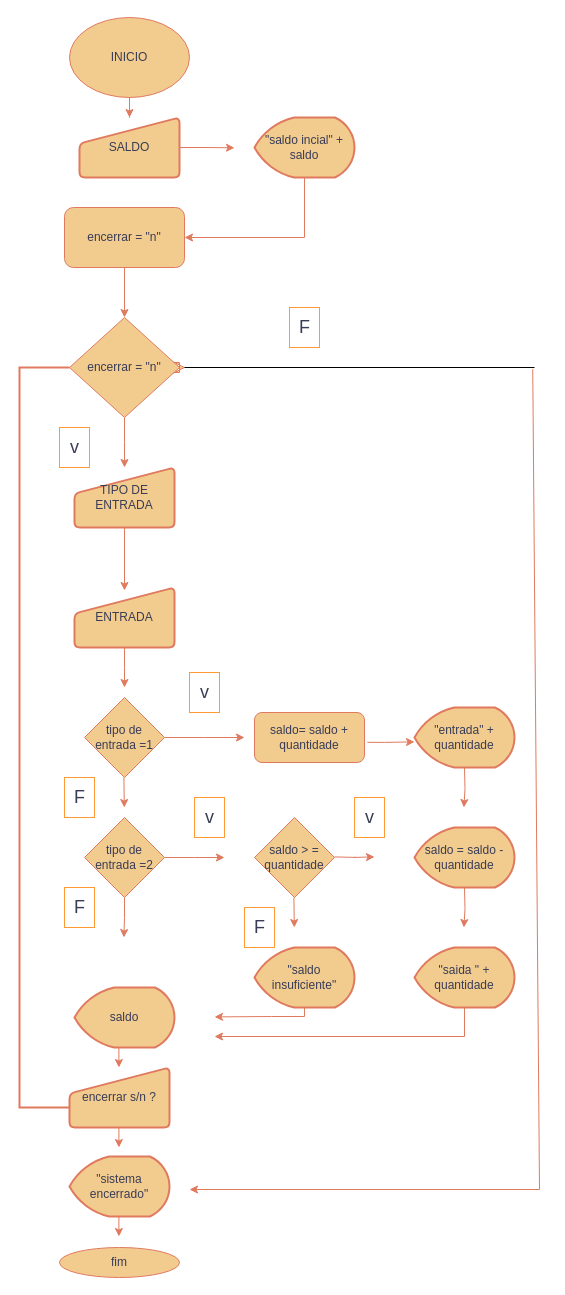
Above: page "Página-1" (1 of 2) of Diagrama controle de estoque.drawio in cirobarboza/CiroBarboza (draw.io), before the change. Source tidied: cells renumbered, new cells numbered last; positions are measured from the earlier drawing's top-left corner, leaving out a move shared by most shapes. Both pictures are drawn from the tidied source at 100%, with x=0, y=0 at pixel (19, 17).
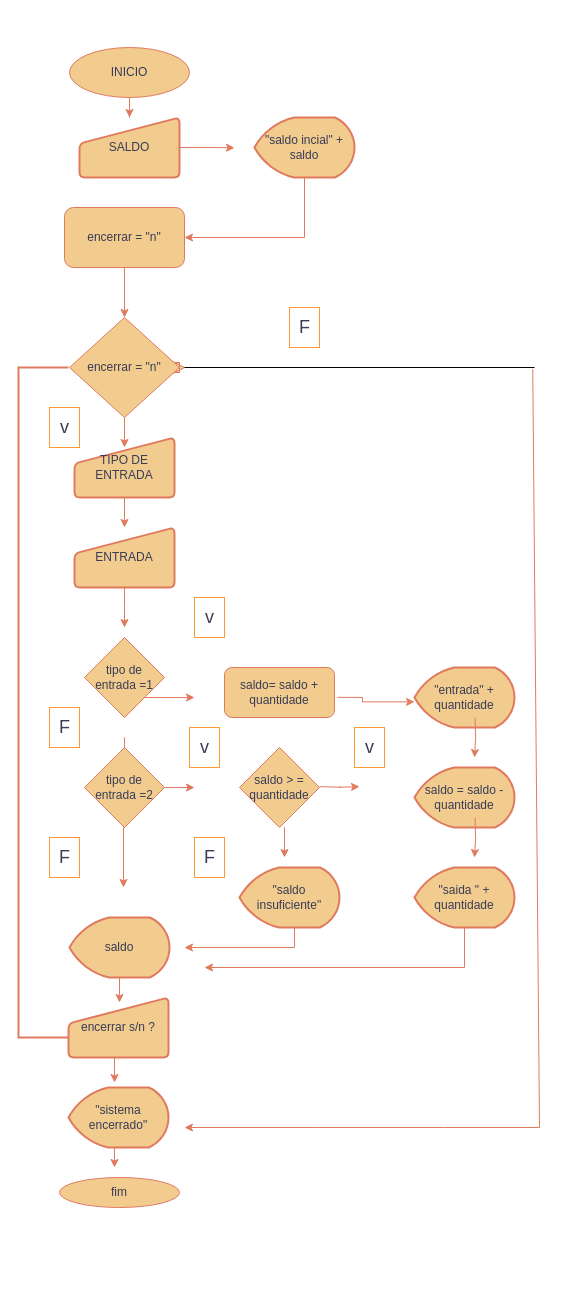
Above is the later version.

Unchanged cells that the change refers to:
```xml
<mxCell id="12" value="encerrar = &quot;n&quot;" style="rhombus;whiteSpace=wrap;html=1;labelBackgroundColor=none;fillColor=#F2CC8F;strokeColor=#E07A5F;fontColor=#393C56;" parent="1" vertex="1">
  <mxGeometry x="50" y="300" width="110" height="100" as="geometry" />
</mxCell>
<mxCell id="37" style="line;strokeWidth=1;dashed=0;labelPosition=right;align=left;verticalAlign=middle;spacingTop=0;spacingLeft=6;points=[];portConstraint=eastwest;rounded=0;fontFamily=Helvetica;fontSize=12;fontColor=#393C56;fillColor=none;gradientColor=none;html=1;" parent="1" vertex="1">
  <mxGeometry x="165" y="335" width="350" height="30" as="geometry" />
</mxCell>
```

Change to the diagram source:
```diff
@@
     <mxCell id="3" value="INICIO" style="ellipse;whiteSpace=wrap;html=1;labelBackgroundColor=none;fillColor=#F2CC8F;strokeColor=#E07A5F;fontColor=#393C56;" parent="1" vertex="1">
-      <mxGeometry x="50" width="120" height="80" as="geometry" />
+      <mxGeometry x="50" y="30" width="120" height="50" as="geometry" />
     </mxCell>
@@
     <mxCell id="10" style="edgeStyle=orthogonalEdgeStyle;rounded=0;jettySize=auto;html=1;exitX=0.5;exitY=1;exitDx=0;exitDy=0;labelBackgroundColor=none;strokeColor=#E07A5F;fontColor=default;" parent="1" edge="1" source="12">
       <mxGeometry relative="1" as="geometry">
-        <mxPoint x="105" y="450" as="targetPoint" />
+        <mxPoint x="105" y="430" as="targetPoint" />
       </mxGeometry>
     </mxCell>
@@
     <mxCell id="13" style="edgeStyle=orthogonalEdgeStyle;rounded=0;jettySize=auto;html=1;labelBackgroundColor=none;strokeColor=#E07A5F;fontColor=default;" parent="1" edge="1" source="14">
       <mxGeometry relative="1" as="geometry">
-        <mxPoint x="105" y="670" as="targetPoint" />
+        <mxPoint x="105" y="610" as="targetPoint" />
       </mxGeometry>
     </mxCell>
     <mxCell id="14" value="ENTRADA" style="html=1;strokeWidth=2;shape=manualInput;whiteSpace=wrap;rounded=1;size=26;arcSize=11;labelBackgroundColor=none;fillColor=#F2CC8F;strokeColor=#E07A5F;fontColor=#393C56;" parent="1" vertex="1">
-      <mxGeometry x="55" y="570" width="100" height="60" as="geometry" />
+      <mxGeometry x="55" y="510" width="100" height="60" as="geometry" />
     </mxCell>
     <mxCell id="15" style="edgeStyle=orthogonalEdgeStyle;rounded=0;jettySize=auto;html=1;labelBackgroundColor=none;strokeColor=#E07A5F;fontColor=default;" parent="1" edge="1" source="16">
       <mxGeometry relative="1" as="geometry">
-        <mxPoint x="225" y="720" as="targetPoint" />
+        <mxPoint x="175" y="680" as="targetPoint" />
+        <Array as="points">
+          <mxPoint x="175" y="680" />
+          <mxPoint x="175" y="680" />
+        </Array>
       </mxGeometry>
     </mxCell>
     <mxCell id="16" value="tipo de&lt;br&gt;entrada =1" style="rhombus;whiteSpace=wrap;html=1;labelBackgroundColor=none;fillColor=#F2CC8F;strokeColor=#E07A5F;fontColor=#393C56;" parent="1" vertex="1">
-      <mxGeometry x="65" y="680" width="80" height="80" as="geometry" />
+      <mxGeometry x="65" y="620" width="80" height="80" as="geometry" />
     </mxCell>
     <mxCell id="17" style="edgeStyle=orthogonalEdgeStyle;rounded=0;jettySize=auto;html=1;labelBackgroundColor=none;strokeColor=#E07A5F;fontColor=default;exitX=1.026;exitY=0.597;exitDx=0;exitDy=0;exitPerimeter=0;entryX=0;entryY=0.573;entryDx=0;entryDy=0;entryPerimeter=0;" parent="1" edge="1" source="22" target="18">
       <mxGeometry relative="1" as="geometry">
         <Array as="points">
-          <mxPoint x="365" y="725" />
-          <mxPoint x="385" y="724" />
+          <mxPoint x="343" y="680" />
+          <mxPoint x="343" y="684" />
         </Array>
       </mxGeometry>
     </mxCell>
     <mxCell id="18" value="&quot;entrada&quot; + quantidade" style="strokeWidth=2;html=1;shape=mxgraph.flowchart.display;whiteSpace=wrap;labelBackgroundColor=none;fillColor=#F2CC8F;strokeColor=#E07A5F;fontColor=#393C56;" parent="1" vertex="1">
-      <mxGeometry x="395" y="690" width="100" height="60" as="geometry" />
+      <mxGeometry x="395" y="650" width="100" height="60" as="geometry" />
     </mxCell>
     <mxCell id="19" style="strokeWidth=2;html=1;shape=mxgraph.flowchart.annotation_1;align=left;labelBackgroundColor=none;fillColor=#F2CC8F;strokeColor=#E07A5F;fontColor=#393C56;" parent="1" vertex="1">
-      <mxGeometry y="350" width="50" height="740" as="geometry" />
+      <mxGeometry x="-1" y="350" width="50" height="670" as="geometry" />
     </mxCell>
     <mxCell id="20" style="edgeStyle=orthogonalEdgeStyle;rounded=0;jettySize=auto;html=1;labelBackgroundColor=none;strokeColor=#E07A5F;fontColor=default;" parent="1" edge="1" source="21">
       <mxGeometry relative="1" as="geometry">
-        <mxPoint x="105" y="573" as="targetPoint" />
+        <mxPoint x="105" y="510" as="targetPoint" />
       </mxGeometry>
     </mxCell>
     <mxCell id="21" value="TIPO DE ENTRADA" style="html=1;strokeWidth=2;shape=manualInput;whiteSpace=wrap;rounded=1;size=26;arcSize=11;labelBackgroundColor=none;fillColor=#F2CC8F;strokeColor=#E07A5F;fontColor=#393C56;" parent="1" vertex="1">
-      <mxGeometry x="55" y="450" width="100" height="60" as="geometry" />
+      <mxGeometry x="55" y="420" width="100" height="60" as="geometry" />
     </mxCell>
     <mxCell id="22" value="saldo= saldo + quantidade&lt;br&gt;" style="rounded=1;whiteSpace=wrap;html=1;labelBackgroundColor=none;fillColor=#F2CC8F;strokeColor=#E07A5F;fontColor=#393C56;" parent="1" vertex="1">
-      <mxGeometry x="235" y="695" width="110" height="50" as="geometry" />
+      <mxGeometry x="205" y="650" width="110" height="50" as="geometry" />
     </mxCell>
@@
     <mxCell id="24" value="&lt;font style=&quot;font-size: 18px;&quot;&gt;F&lt;/font&gt;" style="text;html=1;align=center;verticalAlign=middle;strokeColor=#FF9933;fillColor=none;fontColor=#393C56;" parent="1" vertex="1">
-      <mxGeometry x="45" y="760" width="30" height="40" as="geometry" />
+      <mxGeometry x="30" y="690" width="30" height="40" as="geometry" />
     </mxCell>
     <mxCell id="25" value="&lt;font style=&quot;font-size: 18px;&quot;&gt;v&lt;/font&gt;" style="text;html=1;align=center;verticalAlign=middle;strokeColor=#FF9933;fillColor=none;fontColor=#393C56;" parent="1" vertex="1">
-      <mxGeometry x="40" y="410" width="30" height="40" as="geometry" />
+      <mxGeometry x="30" y="390" width="30" height="40" as="geometry" />
     </mxCell>
     <mxCell id="26" value="&lt;font style=&quot;font-size: 18px;&quot;&gt;v&lt;/font&gt;" style="text;html=1;align=center;verticalAlign=middle;strokeColor=#FF9933;fillColor=none;fontColor=#393C56;" parent="1" vertex="1">
-      <mxGeometry x="170" y="655" width="30" height="40" as="geometry" />
+      <mxGeometry x="175" y="580" width="30" height="40" as="geometry" />
     </mxCell>
-    <mxCell id="27" style="edgeStyle=orthogonalEdgeStyle;rounded=0;orthogonalLoop=1;jettySize=auto;html=1;labelBackgroundColor=none;strokeColor=#E07A5F;fontColor=default;" parent="1" edge="1">
+    <mxCell id="27" style="edgeStyle=orthogonalEdgeStyle;rounded=0;jettySize=auto;html=1;labelBackgroundColor=none;strokeColor=#E07A5F;fontColor=default;" parent="1" edge="1" source="28">
       <mxGeometry relative="1" as="geometry">
-        <mxPoint x="104.4" y="760" as="sourcePoint" />
-        <mxPoint x="104.8" y="790" as="targetPoint" />
+        <mxPoint x="105" y="760" as="targetPoint" />
+        <Array as="points">
+          <mxPoint x="105" y="720" />
+          <mxPoint x="105" y="720" />
+        </Array>
       </mxGeometry>
     </mxCell>
-    <mxCell id="28" value="tipo de&lt;br&gt;entrada =2" style="rhombus;whiteSpace=wrap;html=1;labelBackgroundColor=none;fillColor=#F2CC8F;strokeColor=#E07A5F;fontColor=#393C56;" parent="1" vertex="1">
-      <mxGeometry x="65" y="800" width="80" height="80" as="geometry" />
-    </mxCell>
     <mxCell id="29" value="saldo = saldo - quantidade" style="strokeWidth=2;html=1;shape=mxgraph.flowchart.display;whiteSpace=wrap;labelBackgroundColor=none;fillColor=#F2CC8F;strokeColor=#E07A5F;fontColor=#393C56;" parent="1" vertex="1">
-      <mxGeometry x="395" y="810" width="100" height="60" as="geometry" />
+      <mxGeometry x="395" y="750" width="100" height="60" as="geometry" />
     </mxCell>
     <mxCell id="30" value="saldo &amp;gt; =&lt;br&gt;quantidade" style="rhombus;whiteSpace=wrap;html=1;labelBackgroundColor=none;fillColor=#F2CC8F;strokeColor=#E07A5F;fontColor=#393C56;" parent="1" vertex="1">
-      <mxGeometry x="235" y="800" width="80" height="80" as="geometry" />
+      <mxGeometry x="220" y="730" width="80" height="80" as="geometry" />
     </mxCell>
     <mxCell id="31" value="saldo" style="strokeWidth=2;html=1;shape=mxgraph.flowchart.display;whiteSpace=wrap;labelBackgroundColor=none;fillColor=#F2CC8F;strokeColor=#E07A5F;fontColor=#393C56;" parent="1" vertex="1">
-      <mxGeometry x="55" y="970" width="100" height="60" as="geometry" />
+      <mxGeometry x="50" y="900" width="100" height="60" as="geometry" />
     </mxCell>
     <mxCell id="32" value="encerrar s/n ?" style="html=1;strokeWidth=2;shape=manualInput;whiteSpace=wrap;rounded=1;size=26;arcSize=11;labelBackgroundColor=none;fillColor=#F2CC8F;strokeColor=#E07A5F;fontColor=#393C56;" parent="1" vertex="1">
-      <mxGeometry x="50" y="1050" width="100" height="60" as="geometry" />
+      <mxGeometry x="49" y="980" width="100" height="60" as="geometry" />
     </mxCell>
     <mxCell id="33" value="&quot;sistema encerrado&quot;" style="strokeWidth=2;html=1;shape=mxgraph.flowchart.display;whiteSpace=wrap;labelBackgroundColor=none;fillColor=#F2CC8F;strokeColor=#E07A5F;fontColor=#393C56;" parent="1" vertex="1">
-      <mxGeometry x="50" y="1139" width="100" height="60" as="geometry" />
+      <mxGeometry x="49" y="1070" width="100" height="60" as="geometry" />
     </mxCell>
     <mxCell id="34" style="edgeStyle=orthogonalEdgeStyle;rounded=0;jettySize=auto;html=1;labelBackgroundColor=none;strokeColor=#E07A5F;fontColor=default;exitX=0.5;exitY=1;exitDx=0;exitDy=0;" parent="1" edge="1" source="28">
       <mxGeometry relative="1" as="geometry">
-        <mxPoint x="104.4" y="920" as="targetPoint" />
+        <mxPoint x="104" y="870" as="targetPoint" />
+        <Array as="points">
+          <mxPoint x="104" y="810" />
+          <mxPoint x="104" y="810" />
+        </Array>
       </mxGeometry>
     </mxCell>
-    <mxCell id="35" style="edgeStyle=orthogonalEdgeStyle;rounded=0;orthogonalLoop=1;jettySize=auto;html=1;labelBackgroundColor=none;strokeColor=#E07A5F;fontColor=default;" parent="1" edge="1">
+    <mxCell id="35" style="edgeStyle=orthogonalEdgeStyle;rounded=0;jettySize=auto;html=1;labelBackgroundColor=none;strokeColor=#E07A5F;fontColor=default;exitX=0.5;exitY=1;exitDx=0;exitDy=0;" parent="1" edge="1" source="32">
       <mxGeometry relative="1" as="geometry">
-        <mxPoint x="99.4" y="1110" as="sourcePoint" />
-        <mxPoint x="99.4" y="1130" as="targetPoint" />
+        <mxPoint x="95" y="1065" as="targetPoint" />
       </mxGeometry>
     </mxCell>
     <mxCell id="36" style="edgeStyle=none;jettySize=auto;html=1;rounded=0;strokeColor=#E07A5F;fontFamily=Helvetica;fontSize=12;fontColor=#393C56;fillColor=#F2CC8F;exitX=0.995;exitY=0.556;exitDx=0;exitDy=0;exitPerimeter=0;" parent="1" edge="1" source="37">
       <mxGeometry relative="1" as="geometry">
-        <mxPoint x="170" y="1172" as="targetPoint" />
+        <mxPoint x="165" y="1110" as="targetPoint" />
         <Array as="points">
-          <mxPoint x="520" y="1172" />
+          <mxPoint x="520" y="1110" />
+          <mxPoint x="425" y="1110" />
+          <mxPoint x="295" y="1110" />
         </Array>
       </mxGeometry>
     </mxCell>
@@
     <mxCell id="38" style="edgeStyle=orthogonalEdgeStyle;rounded=0;jettySize=auto;html=1;labelBackgroundColor=none;strokeColor=#E07A5F;fontColor=default;exitX=1;exitY=0.5;exitDx=0;exitDy=0;" parent="1" edge="1" source="28">
       <mxGeometry relative="1" as="geometry">
-        <mxPoint x="205" y="840" as="targetPoint" />
+        <mxPoint x="175" y="770" as="targetPoint" />
+        <Array as="points">
+          <mxPoint x="155" y="770" />
+          <mxPoint x="155" y="770" />
+        </Array>
       </mxGeometry>
     </mxCell>
     <mxCell id="39" style="edgeStyle=orthogonalEdgeStyle;rounded=0;orthogonalLoop=1;jettySize=auto;html=1;labelBackgroundColor=none;strokeColor=#E07A5F;fontColor=default;" parent="1" edge="1">
       <mxGeometry relative="1" as="geometry">
-        <mxPoint x="315" y="839.4" as="sourcePoint" />
-        <mxPoint x="355" y="839.4" as="targetPoint" />
+        <mxPoint x="300" y="769.2" as="sourcePoint" />
+        <mxPoint x="340" y="769.2" as="targetPoint" />
       </mxGeometry>
     </mxCell>
     <mxCell id="40" value="&quot;saldo insuficiente&quot;" style="strokeWidth=2;html=1;shape=mxgraph.flowchart.display;whiteSpace=wrap;labelBackgroundColor=none;fillColor=#F2CC8F;strokeColor=#E07A5F;fontColor=#393C56;" parent="1" vertex="1">
-      <mxGeometry x="235" y="930" width="100" height="60" as="geometry" />
+      <mxGeometry x="220" y="850" width="100" height="60" as="geometry" />
     </mxCell>
     <mxCell id="41" value="&quot;saida &quot; + quantidade" style="strokeWidth=2;html=1;shape=mxgraph.flowchart.display;whiteSpace=wrap;labelBackgroundColor=none;fillColor=#F2CC8F;strokeColor=#E07A5F;fontColor=#393C56;" parent="1" vertex="1">
-      <mxGeometry x="395" y="930" width="100" height="60" as="geometry" />
+      <mxGeometry x="395" y="850" width="100" height="60" as="geometry" />
     </mxCell>
     <mxCell id="42" value="&lt;font style=&quot;font-size: 18px;&quot;&gt;v&lt;/font&gt;" style="text;html=1;align=center;verticalAlign=middle;strokeColor=#FF9933;fillColor=none;fontColor=#393C56;" parent="1" vertex="1">
-      <mxGeometry x="175" y="780" width="30" height="40" as="geometry" />
+      <mxGeometry x="170" y="710" width="30" height="40" as="geometry" />
     </mxCell>
     <mxCell id="43" value="&lt;font style=&quot;font-size: 18px;&quot;&gt;v&lt;/font&gt;" style="text;html=1;align=center;verticalAlign=middle;strokeColor=#FF9933;fillColor=none;fontColor=#393C56;" parent="1" vertex="1">
-      <mxGeometry x="335" y="780" width="30" height="40" as="geometry" />
+      <mxGeometry x="335" y="710" width="30" height="40" as="geometry" />
     </mxCell>
     <mxCell id="44" value="&lt;font style=&quot;font-size: 18px;&quot;&gt;F&lt;/font&gt;" style="text;html=1;align=center;verticalAlign=middle;strokeColor=#FF9933;fillColor=none;fontColor=#393C56;" parent="1" vertex="1">
-      <mxGeometry x="45" y="870" width="30" height="40" as="geometry" />
+      <mxGeometry x="30" y="820" width="30" height="40" as="geometry" />
     </mxCell>
     <mxCell id="45" value="&lt;font style=&quot;font-size: 18px;&quot;&gt;F&lt;/font&gt;" style="text;html=1;align=center;verticalAlign=middle;strokeColor=#FF9933;fillColor=none;fontColor=#393C56;" parent="1" vertex="1">
-      <mxGeometry x="225" y="890" width="30" height="40" as="geometry" />
+      <mxGeometry x="175" y="820" width="30" height="40" as="geometry" />
     </mxCell>
-    <mxCell id="46" style="edgeStyle=orthogonalEdgeStyle;rounded=0;jettySize=auto;html=1;labelBackgroundColor=none;strokeColor=#E07A5F;fontColor=default;entryX=0;entryY=0.573;entryDx=0;entryDy=0;entryPerimeter=0;exitX=0.5;exitY=1;exitDx=0;exitDy=0;exitPerimeter=0;" parent="1" edge="1" source="40">
+    <mxCell id="46" style="edgeStyle=orthogonalEdgeStyle;rounded=0;jettySize=auto;html=1;labelBackgroundColor=none;strokeColor=#E07A5F;fontColor=default;exitX=0.5;exitY=1;exitDx=0;exitDy=0;exitPerimeter=0;" parent="1" edge="1" source="40">
       <mxGeometry relative="1" as="geometry">
-        <mxPoint x="195" y="999.4" as="targetPoint" />
+        <mxPoint x="165" y="930" as="targetPoint" />
         <Array as="points">
-          <mxPoint x="285" y="999" />
-          <mxPoint x="252" y="999" />
-          <mxPoint x="195" y="1000" />
+          <mxPoint x="275" y="910" />
+          <mxPoint x="275" y="930" />
+          <mxPoint x="165" y="930" />
         </Array>
       </mxGeometry>
     </mxCell>
     <mxCell id="47" style="edgeStyle=orthogonalEdgeStyle;rounded=0;jettySize=auto;html=1;labelBackgroundColor=none;strokeColor=#E07A5F;fontColor=default;exitX=0.5;exitY=1;exitDx=0;exitDy=0;exitPerimeter=0;" parent="1" edge="1" source="41">
       <mxGeometry relative="1" as="geometry">
-        <mxPoint x="195" y="1019" as="targetPoint" />
+        <mxPoint x="185" y="950" as="targetPoint" />
         <Array as="points">
-          <mxPoint x="445" y="1019" />
+          <mxPoint x="445" y="950" />
         </Array>
       </mxGeometry>
     </mxCell>
     <mxCell id="48" style="edgeStyle=orthogonalEdgeStyle;rounded=0;orthogonalLoop=1;jettySize=auto;html=1;labelBackgroundColor=none;strokeColor=#E07A5F;fontColor=default;exitX=0.5;exitY=1;exitDx=0;exitDy=0;" parent="1" edge="1">
       <mxGeometry relative="1" as="geometry">
-        <mxPoint x="445" y="750" as="sourcePoint" />
-        <mxPoint x="444.4" y="790" as="targetPoint" />
+        <mxPoint x="455.6" y="700" as="sourcePoint" />
+        <mxPoint x="455" y="740" as="targetPoint" />
       </mxGeometry>
     </mxCell>
     <mxCell id="49" style="edgeStyle=orthogonalEdgeStyle;rounded=0;orthogonalLoop=1;jettySize=auto;html=1;labelBackgroundColor=none;strokeColor=#E07A5F;fontColor=default;exitX=0.5;exitY=1;exitDx=0;exitDy=0;" parent="1" edge="1">
       <mxGeometry relative="1" as="geometry">
-        <mxPoint x="445" y="870" as="sourcePoint" />
-        <mxPoint x="444.4" y="910" as="targetPoint" />
+        <mxPoint x="455.6" y="800" as="sourcePoint" />
+        <mxPoint x="455" y="840" as="targetPoint" />
       </mxGeometry>
     </mxCell>
     <mxCell id="50" style="edgeStyle=orthogonalEdgeStyle;rounded=0;orthogonalLoop=1;jettySize=auto;html=1;labelBackgroundColor=none;strokeColor=#E07A5F;fontColor=default;" parent="1" edge="1">
       <mxGeometry relative="1" as="geometry">
-        <mxPoint x="274.4" y="880" as="sourcePoint" />
-        <mxPoint x="274.8" y="910" as="targetPoint" />
+        <mxPoint x="265" y="830" as="sourcePoint" />
+        <mxPoint x="265" y="840" as="targetPoint" />
+        <Array as="points">
+          <mxPoint x="265" y="810" />
+          <mxPoint x="265" y="810" />
+        </Array>
       </mxGeometry>
     </mxCell>
-    <mxCell id="51" style="edgeStyle=orthogonalEdgeStyle;rounded=0;orthogonalLoop=1;jettySize=auto;html=1;labelBackgroundColor=none;strokeColor=#E07A5F;fontColor=default;" parent="1" edge="1">
+    <mxCell id="51" style="edgeStyle=orthogonalEdgeStyle;rounded=0;jettySize=auto;html=1;labelBackgroundColor=none;strokeColor=#E07A5F;fontColor=default;exitX=0.5;exitY=1;exitDx=0;exitDy=0;exitPerimeter=0;" parent="1" edge="1" source="31">
       <mxGeometry relative="1" as="geometry">
-        <mxPoint x="99.4" y="1030" as="sourcePoint" />
-        <mxPoint x="99.4" y="1050" as="targetPoint" />
+        <mxPoint x="100" y="985" as="targetPoint" />
       </mxGeometry>
     </mxCell>
-    <mxCell id="52" style="edgeStyle=orthogonalEdgeStyle;rounded=0;orthogonalLoop=1;jettySize=auto;html=1;labelBackgroundColor=none;strokeColor=#E07A5F;fontColor=default;" parent="1" edge="1">
+    <mxCell id="52" style="edgeStyle=orthogonalEdgeStyle;rounded=0;jettySize=auto;html=1;labelBackgroundColor=none;strokeColor=#E07A5F;fontColor=default;exitX=0.5;exitY=1;exitDx=0;exitDy=0;exitPerimeter=0;" parent="1" edge="1" source="33">
       <mxGeometry relative="1" as="geometry">
-        <mxPoint x="99.4" y="1199" as="sourcePoint" />
-        <mxPoint x="99.4" y="1219" as="targetPoint" />
+        <mxPoint x="95" y="1150" as="targetPoint" />
       </mxGeometry>
     </mxCell>
     <mxCell id="53" value="fim" style="ellipse;whiteSpace=wrap;html=1;labelBackgroundColor=none;fillColor=#F2CC8F;strokeColor=#E07A5F;fontColor=#393C56;" parent="1" vertex="1">
-      <mxGeometry x="40" y="1230" width="120" height="30" as="geometry" />
+      <mxGeometry x="40" y="1160" width="120" height="30" as="geometry" />
     </mxCell>
+    <mxCell id="54" style="edgeStyle=orthogonalEdgeStyle;rounded=0;jettySize=auto;html=1;labelBackgroundColor=none;strokeColor=#E07A5F;fontColor=default;" parent="1" edge="1" target="28">
+      <mxGeometry relative="1" as="geometry">
+        <mxPoint x="104.4" y="760" as="sourcePoint" />
+      </mxGeometry>
+    </mxCell>
+    <mxCell id="28" value="tipo de&lt;br&gt;entrada =2" style="rhombus;whiteSpace=wrap;html=1;labelBackgroundColor=none;fillColor=#F2CC8F;strokeColor=#E07A5F;fontColor=#393C56;" parent="1" vertex="1">
+      <mxGeometry x="65" y="730" width="80" height="80" as="geometry" />
+    </mxCell>
```
